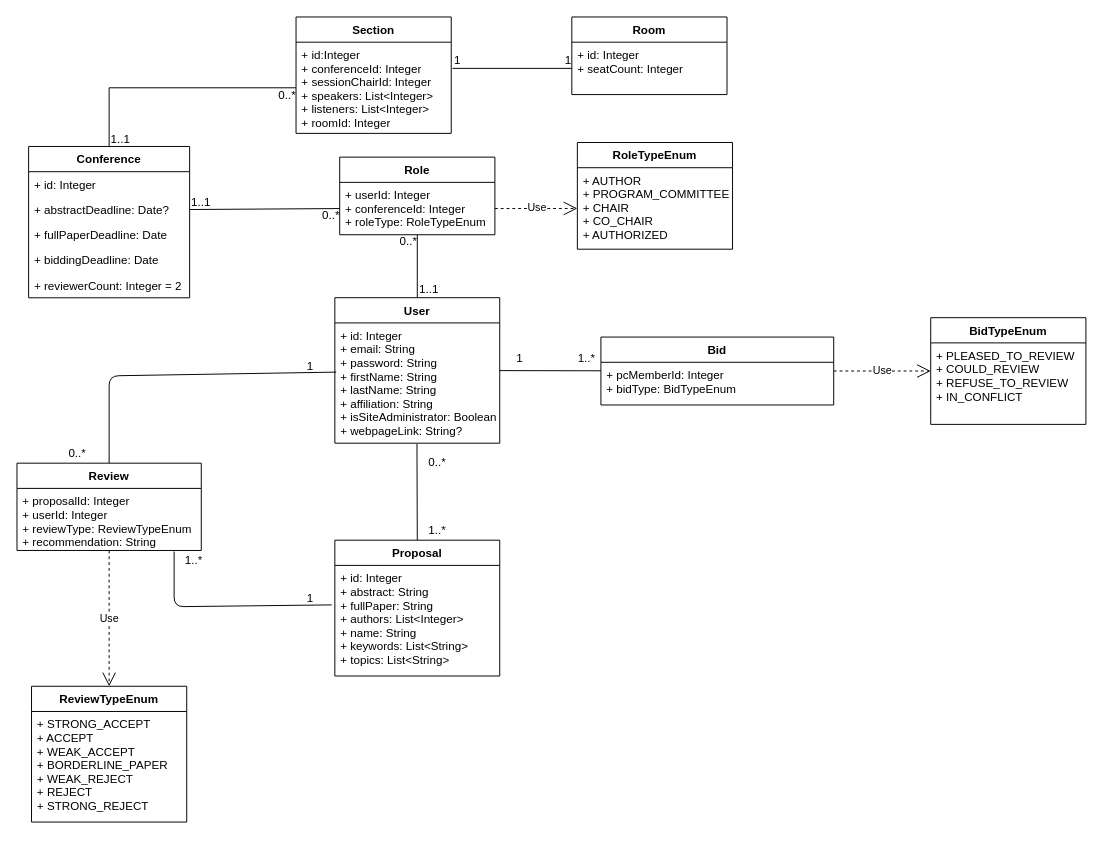
This is page "Page-1" (1 of 4) of Documentation/Diagrams/ClassDiagram.drawio from raresica1234/ATAR-SE, a draw.io file, before an edit. Source tidied: cells renumbered, new cells numbered last; positions are measured from the earlier drawing's top-left corner, leaving out a move shared by most shapes. Both pictures are drawn from the tidied source at 97%, with x=0, y=0 at pixel (16, 16).
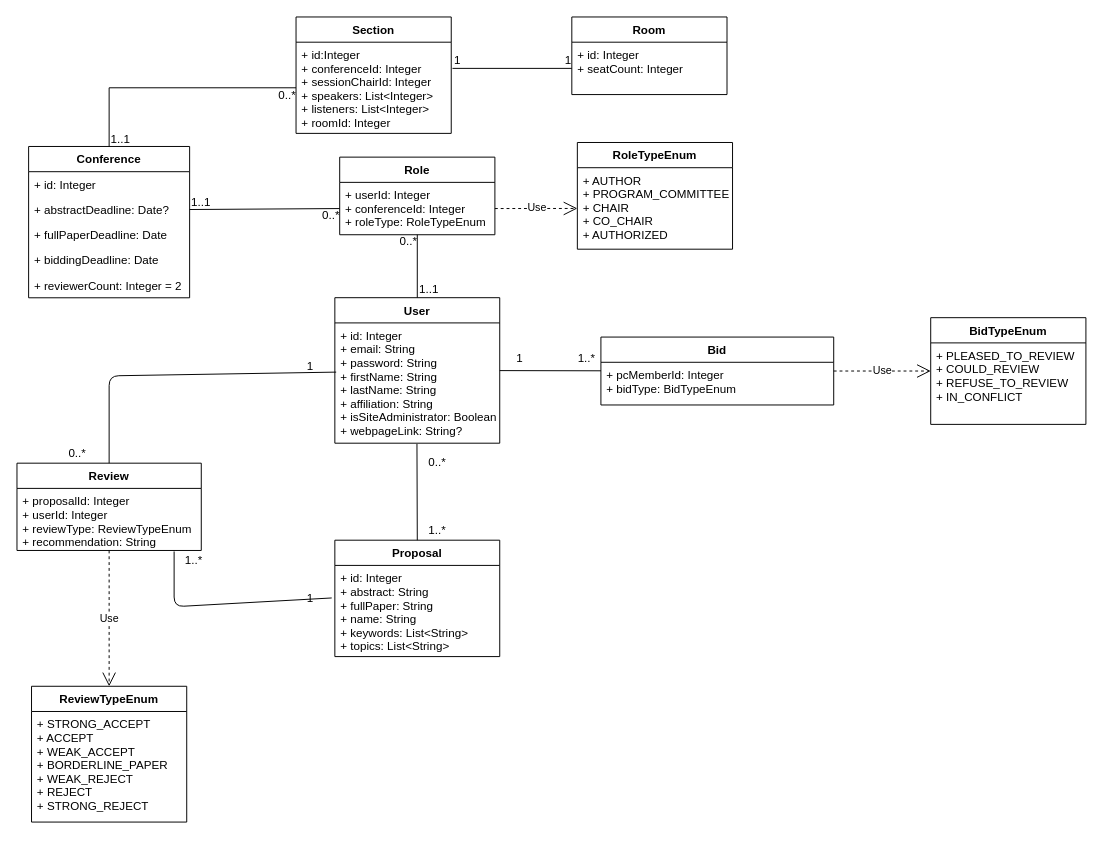
The same page after the edit.

The edit, as a diff of the source:
```diff
@@
     <mxCell id="19" value="Proposal" style="swimlane;fontStyle=1;align=center;verticalAlign=top;horizontal=1;startSize=26;" parent="1" vertex="1">
-      <mxGeometry x="327.7" y="539.4" width="170" height="140" as="geometry" />
+      <mxGeometry x="327.7" y="539.4" width="170" height="120" as="geometry" />
     </mxCell>
-    <mxCell id="20" value="+ id: Integer&#10;+ abstract: String&#10;+ fullPaper: String&#10;+ authors: List&lt;Integer&gt; &#10;+ name: String&#10;+ keywords: List&lt;String&gt;&#10;+ topics: List&lt;String&gt;" style="text;strokeColor=none;fillColor=none;align=left;verticalAlign=top;spacingLeft=4;spacingRight=4;overflow=hidden;points=[[0,0.5],[1,0.5]];portConstraint=eastwest;" parent="19" vertex="1">
-      <mxGeometry y="26" width="170" height="114" as="geometry" />
+    <mxCell id="20" value="+ id: Integer&#10;+ abstract: String&#10;+ fullPaper: String &#10;+ name: String&#10;+ keywords: List&lt;String&gt;&#10;+ topics: List&lt;String&gt;" style="text;strokeColor=none;fillColor=none;align=left;verticalAlign=top;spacingLeft=4;spacingRight=4;overflow=hidden;points=[[0,0.5],[1,0.5]];portConstraint=eastwest;" parent="19" vertex="1">
+      <mxGeometry y="26" width="170" height="94" as="geometry" />
     </mxCell>
```
